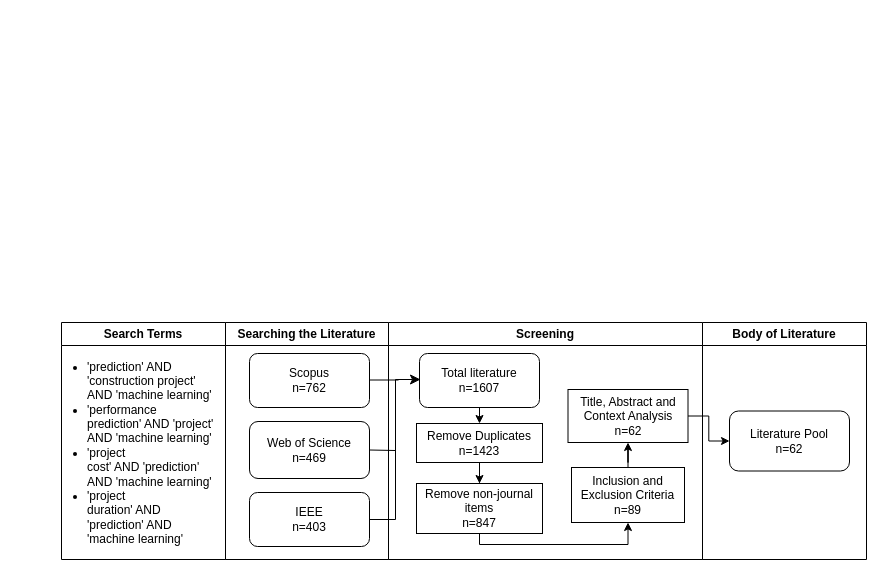
Before: page "Page-1" (1 of 2) of literature process.drawio in datou7119/Figures, a draw.io diagram. Source tidied: cells renumbered, new cells numbered last; positions are measured from the earlier drawing's top-left corner, leaving out a move shared by most shapes. Both pictures are drawn from the tidied source at 100%, with x=0, y=0 at pixel (45, 322).
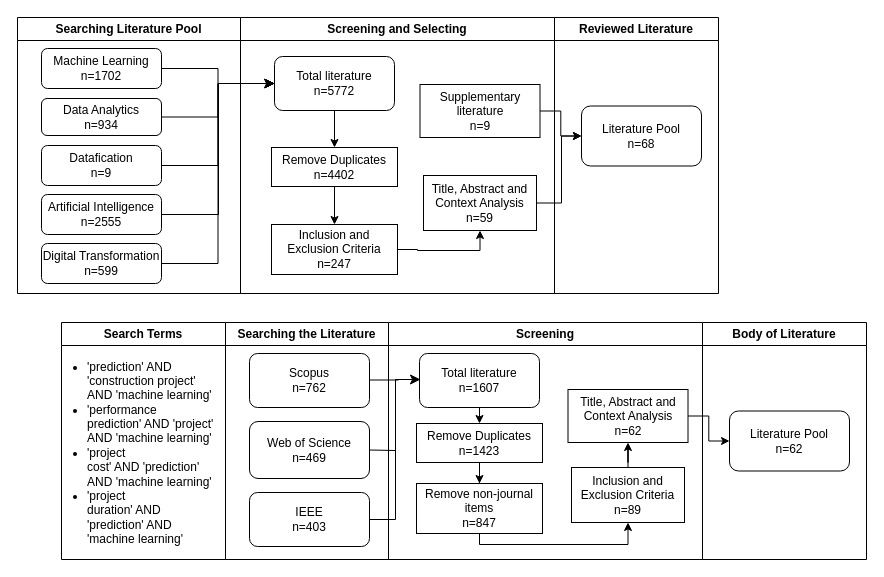
After the change.

What changed in the source:
```diff
@@
+    <mxCell id="24" value="Searching Literature Pool" style="swimlane;whiteSpace=wrap;html=1;startSize=23;" parent="1" vertex="1">
+      <mxGeometry x="-28" y="-305" width="223" height="276" as="geometry" />
+    </mxCell>
+    <mxCell id="25" value="Artificial Intelligence&lt;br&gt;n=2555" style="rounded=1;whiteSpace=wrap;html=1;" parent="24" vertex="1">
+      <mxGeometry x="24" y="177" width="120" height="40" as="geometry" />
+    </mxCell>
+    <mxCell id="26" value="Datafication&lt;br&gt;n=9" style="rounded=1;whiteSpace=wrap;html=1;" parent="24" vertex="1">
+      <mxGeometry x="24" y="128" width="120" height="40" as="geometry" />
+    </mxCell>
+    <mxCell id="27" value="Machine Learning&lt;br&gt;n=1702" style="rounded=1;whiteSpace=wrap;html=1;" parent="24" vertex="1">
+      <mxGeometry x="24" y="31" width="120" height="40" as="geometry" />
+    </mxCell>
+    <mxCell id="28" value="Data Analytics&lt;br&gt;n=934" style="rounded=1;whiteSpace=wrap;html=1;" parent="24" vertex="1">
+      <mxGeometry x="24" y="81" width="120" height="37" as="geometry" />
+    </mxCell>
+    <mxCell id="29" value="Digital Transformation&lt;br&gt;n=599" style="rounded=1;whiteSpace=wrap;html=1;" parent="24" vertex="1">
+      <mxGeometry x="24" y="226" width="120" height="40" as="geometry" />
+    </mxCell>
+    <mxCell id="30" value="Screening and Selecting" style="swimlane;whiteSpace=wrap;html=1;" parent="1" vertex="1">
+      <mxGeometry x="195" y="-305" width="314" height="276" as="geometry" />
+    </mxCell>
+    <mxCell id="31" value="Total literature&lt;br&gt;n=5772" style="rounded=1;whiteSpace=wrap;html=1;" parent="30" vertex="1">
+      <mxGeometry x="34" y="39" width="120" height="54" as="geometry" />
+    </mxCell>
+    <mxCell id="32" style="edgeStyle=orthogonalEdgeStyle;rounded=0;jettySize=auto;html=1;" parent="30" edge="1" source="33" target="35">
+      <mxGeometry relative="1" as="geometry" />
+    </mxCell>
+    <mxCell id="33" value="Remove Duplicates&lt;br&gt;n=4402" style="rounded=0;whiteSpace=wrap;html=1;" parent="30" vertex="1">
+      <mxGeometry x="31" y="130" width="126" height="39" as="geometry" />
+    </mxCell>
+    <mxCell id="34" style="endArrow=classic;html=1;rounded=0;exitX=0.5;exitY=1;exitDx=0;exitDy=0;entryX=0.5;entryY=0;entryDx=0;entryDy=0;" parent="30" edge="1" source="31" target="33">
+      <mxGeometry relative="1" as="geometry" />
+    </mxCell>
+    <mxCell id="35" value="Inclusion and Exclusion Criteria&lt;br&gt;n=247" style="rounded=0;whiteSpace=wrap;html=1;" parent="30" vertex="1">
+      <mxGeometry x="31" y="207" width="126" height="50" as="geometry" />
+    </mxCell>
+    <mxCell id="36" value="Title, Abstract and Context Analysis&lt;br&gt;n=59" style="rounded=0;whiteSpace=wrap;html=1;" parent="30" vertex="1">
+      <mxGeometry x="183" y="158" width="113" height="55" as="geometry" />
+    </mxCell>
+    <mxCell id="37" value="Supplementary literature&lt;br&gt;n=9" style="whiteSpace=wrap;html=1;rounded=0;" parent="30" vertex="1">
+      <mxGeometry x="179.5" y="67" width="120" height="53" as="geometry" />
+    </mxCell>
+    <mxCell id="38" style="edgeStyle=orthogonalEdgeStyle;rounded=0;jettySize=auto;html=1;entryX=0.5;entryY=1;entryDx=0;entryDy=0;" parent="30" edge="1" source="35" target="36">
+      <mxGeometry relative="1" as="geometry" />
+    </mxCell>
+    <mxCell id="39" value="Reviewed Literature" style="swimlane;whiteSpace=wrap;html=1;" parent="1" vertex="1">
+      <mxGeometry x="509" y="-305" width="164" height="276" as="geometry" />
+    </mxCell>
+    <mxCell id="40" value="Literature Pool&lt;br&gt;n=68" style="rounded=1;whiteSpace=wrap;html=1;" parent="39" vertex="1">
+      <mxGeometry x="27" y="88.5" width="120" height="60" as="geometry" />
+    </mxCell>
+    <mxCell id="41" style="edgeStyle=orthogonalEdgeStyle;rounded=0;jettySize=auto;html=1;" parent="1" edge="1" source="37" target="40">
+      <mxGeometry relative="1" as="geometry" />
+    </mxCell>
+    <mxCell id="42" style="edgeStyle=orthogonalEdgeStyle;rounded=0;jettySize=auto;html=1;exitX=1;exitY=0.5;exitDx=0;exitDy=0;entryX=0;entryY=0.5;entryDx=0;entryDy=0;" parent="1" edge="1" source="29" target="31">
+      <mxGeometry relative="1" as="geometry" />
+    </mxCell>
+    <mxCell id="43" style="edgeStyle=orthogonalEdgeStyle;rounded=0;jettySize=auto;html=1;entryX=0;entryY=0.5;entryDx=0;entryDy=0;" parent="1" edge="1" source="26" target="31">
+      <mxGeometry relative="1" as="geometry" />
+    </mxCell>
+    <mxCell id="44" style="edgeStyle=orthogonalEdgeStyle;rounded=0;jettySize=auto;html=1;entryX=0;entryY=0.5;entryDx=0;entryDy=0;" parent="1" edge="1" source="28" target="31">
+      <mxGeometry relative="1" as="geometry" />
+    </mxCell>
+    <mxCell id="45" style="edgeStyle=orthogonalEdgeStyle;rounded=0;jettySize=auto;html=1;" parent="1" edge="1" source="27" target="31">
+      <mxGeometry relative="1" as="geometry" />
+    </mxCell>
+    <mxCell id="46" style="edgeStyle=elbowEdgeStyle;elbow=horizontal;endArrow=classic;html=1;curved=0;rounded=0;endSize=8;startSize=8;exitX=1;exitY=0.5;exitDx=0;exitDy=0;entryX=0;entryY=0.5;entryDx=0;entryDy=0;" parent="1" edge="1" source="25" target="31">
+      <mxGeometry relative="1" as="geometry" />
+    </mxCell>
+    <mxCell id="47" style="edgeStyle=orthogonalEdgeStyle;rounded=0;jettySize=auto;html=1;entryX=0;entryY=0.5;entryDx=0;entryDy=0;" parent="1" edge="1" source="36" target="40">
+      <mxGeometry relative="1" as="geometry">
+        <Array as="points">
+          <mxPoint x="516" y="-119" />
+          <mxPoint x="516" y="-187" />
+        </Array>
+      </mxGeometry>
+    </mxCell>
```
